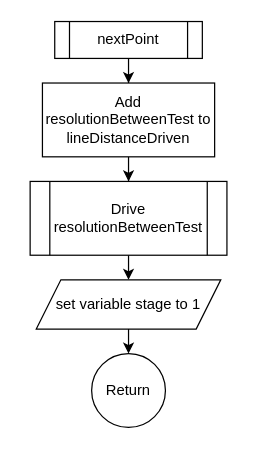
jens1906/P1-project-1.-semester keeps this draw.io diagram as Draw/nextPoint.drawio. Above is the earlier version. Source tidied: cells renumbered, new cells numbered last; positions are measured from the earlier drawing's top-left corner, leaving out a move shared by most shapes. Both pictures are drawn from the tidied source at 123%, with x=0, y=0 at pixel (30, 21).
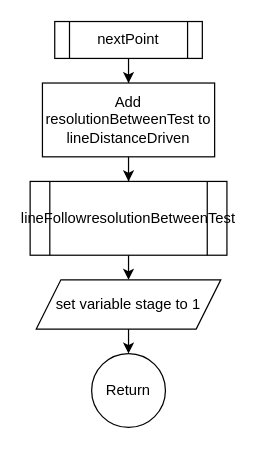
The same diagram, later.

What changed in the source:
```diff
@@
 <mxGraphModel>
   <root>
     <mxCell id="0" />
     <mxCell id="1" parent="0" />
     <mxCell id="2" style="edgeStyle=orthogonalEdgeStyle;rounded=0;jettySize=auto;html=1;" parent="1" edge="1" source="3" target="5">
       <mxGeometry relative="1" as="geometry" />
     </mxCell>
     <mxCell id="3" value="nextPoint" style="shape=process;whiteSpace=wrap;html=1;backgroundOutline=1;" parent="1" vertex="1">
       <mxGeometry x="20" width="120" height="30" as="geometry" />
     </mxCell>
     <mxCell id="4" style="edgeStyle=orthogonalEdgeStyle;rounded=0;jettySize=auto;html=1;entryX=0.5;entryY=0;entryDx=0;entryDy=0;" parent="1" edge="1" source="5" target="7">
       <mxGeometry relative="1" as="geometry" />
     </mxCell>
     <mxCell id="5" value="Add resolutionBetweenTest to lineDistanceDriven" style="whiteSpace=wrap;html=1;" parent="1" vertex="1">
       <mxGeometry x="10" y="50" width="140" height="60" as="geometry" />
     </mxCell>
     <mxCell id="6" style="edgeStyle=orthogonalEdgeStyle;rounded=0;jettySize=auto;html=1;exitX=0.5;exitY=1;exitDx=0;exitDy=0;entryX=0.5;entryY=0;entryDx=0;entryDy=0;" parent="1" edge="1" source="7" target="10">
       <mxGeometry relative="1" as="geometry" />
     </mxCell>
-    <mxCell id="7" value="Drive resolutionBetweenTest" style="shape=process;whiteSpace=wrap;html=1;backgroundOutline=1;" parent="1" vertex="1">
+    <mxCell id="7" value="lineFollowresolutionBetweenTest" style="shape=process;whiteSpace=wrap;html=1;backgroundOutline=1;" parent="1" vertex="1">
       <mxGeometry y="130" width="160" height="60" as="geometry" />
     </mxCell>
     <mxCell id="8" value="Return" style="ellipse;whiteSpace=wrap;html=1;" parent="1" vertex="1">
       <mxGeometry x="50" y="270" width="60" height="60" as="geometry" />
     </mxCell>
     <mxCell id="9" style="edgeStyle=orthogonalEdgeStyle;rounded=0;jettySize=auto;html=1;exitX=0.5;exitY=1;exitDx=0;exitDy=0;entryX=0.5;entryY=0;entryDx=0;entryDy=0;" parent="1" edge="1" source="10" target="8">
       <mxGeometry relative="1" as="geometry" />
     </mxCell>
     <mxCell id="10" value="set variable stage to 1" style="shape=parallelogram;perimeter=parallelogramPerimeter;whiteSpace=wrap;html=1;fixedSize=1;" parent="1" vertex="1">
       <mxGeometry x="5" y="210" width="150" height="40" as="geometry" />
     </mxCell>
   </root>
 </mxGraphModel>
```
